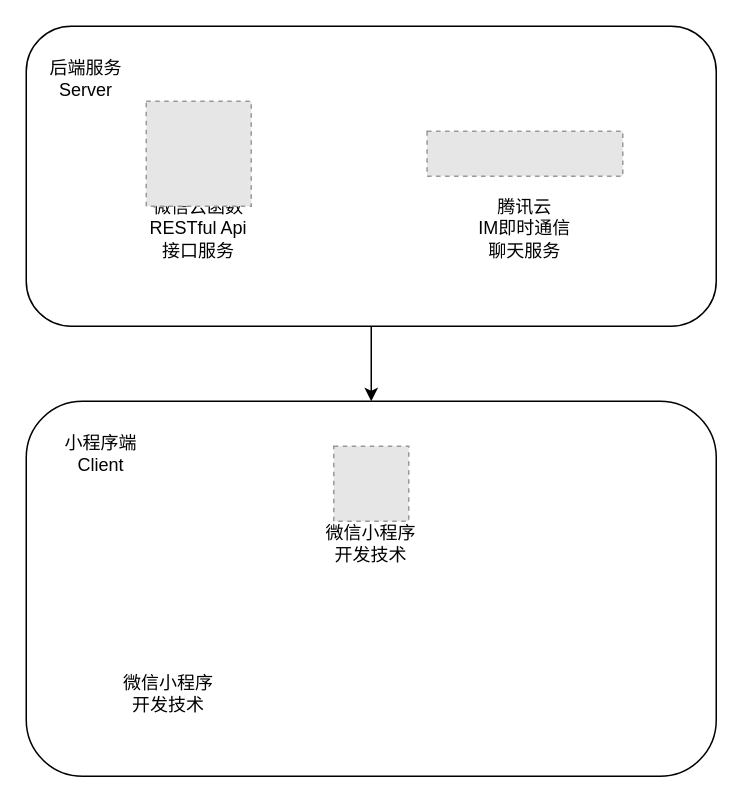
Earlier version of the draw.io diagram zongti.drawio (Ekko306/diagrams.net). Source tidied: cells renumbered, new cells numbered last; positions are measured from the earlier drawing's top-left corner, leaving out a move shared by most shapes. Both pictures are drawn from the tidied source at 150%, with x=0, y=0 at pixel (26, 26). Pictures stored in the file or linked from it are replaced by grey dashed boxes.
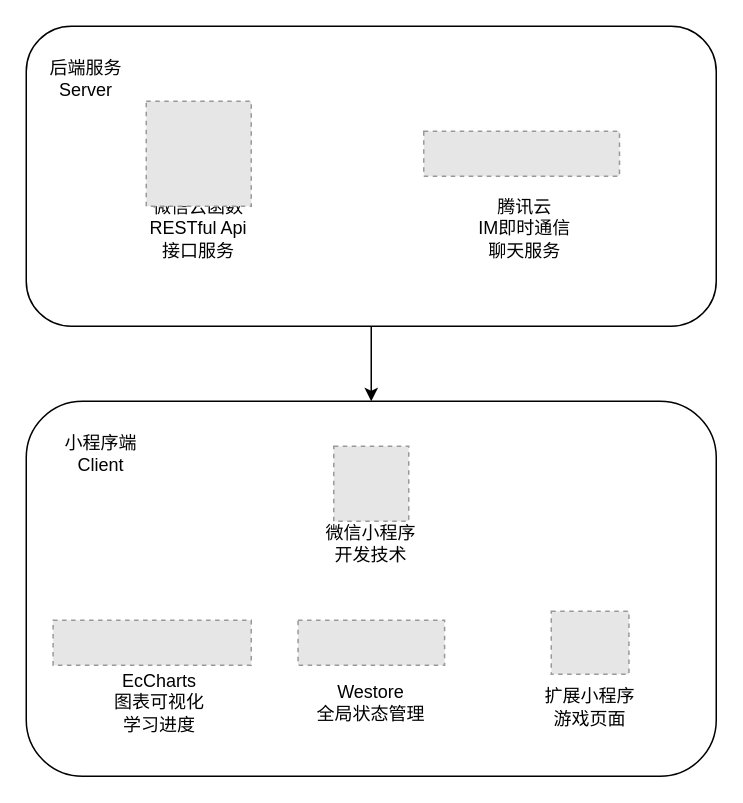
The same diagram, later.

The edit, as a diff of the source:
```diff
@@
 <mxGraphModel>
   <root>
     <mxCell id="0" />
     <mxCell id="1" parent="0" />
     <mxCell id="2" style="edgeStyle=orthogonalEdgeStyle;rounded=0;jettySize=auto;html=1;entryX=0.5;entryY=0;entryDx=0;entryDy=0;" parent="1" edge="1" source="3" target="9">
       <mxGeometry relative="1" as="geometry" />
     </mxCell>
     <mxCell id="3" style="rounded=1;whiteSpace=wrap;html=1;" parent="1" vertex="1">
       <mxGeometry width="460" height="200" as="geometry" />
     </mxCell>
     <mxCell id="4" value="后端服务&lt;br&gt;Server" style="text;html=1;strokeColor=none;fillColor=none;align=center;verticalAlign=middle;whiteSpace=wrap;rounded=0;dashed=1;dashPattern=1 1;" parent="1" vertex="1">
       <mxGeometry x="10" y="20" width="60" height="30" as="geometry" />
     </mxCell>
     <mxCell id="5" value="微信云函数&lt;br&gt;RESTful Api接口服务" style="text;html=1;strokeColor=none;fillColor=none;align=center;verticalAlign=middle;whiteSpace=wrap;rounded=0;dashed=1;dashPattern=1 1;" parent="1" vertex="1">
       <mxGeometry x="80" y="120" width="70" height="30" as="geometry" />
     </mxCell>
     <mxCell id="6" style="fillColor=#E6E6E6;strokeColor=#999999;dashed=1;verticalLabelPosition=bottom;labelBackgroundColor=default;verticalAlign=top;" parent="1" vertex="1">
-      <mxGeometry x="267.2" y="70" width="130.5" height="30" as="geometry" />
+      <mxGeometry x="265" y="70" width="130.5" height="30" as="geometry" />
     </mxCell>
     <mxCell id="7" value="腾讯云&lt;br&gt;IM即时通信&lt;br&gt;聊天服务" style="text;html=1;strokeColor=none;fillColor=none;align=center;verticalAlign=middle;whiteSpace=wrap;rounded=0;" parent="1" vertex="1">
       <mxGeometry x="294" y="120" width="77" height="30" as="geometry" />
     </mxCell>
     <mxCell id="8" style="fillColor=#E6E6E6;strokeColor=#999999;dashed=1;verticalLabelPosition=bottom;labelBackgroundColor=default;verticalAlign=top;" parent="1" vertex="1">
       <mxGeometry x="80" y="50" width="70" height="70" as="geometry" />
     </mxCell>
     <mxCell id="9" style="rounded=1;whiteSpace=wrap;html=1;" parent="1" vertex="1">
       <mxGeometry y="250" width="460" height="250" as="geometry" />
     </mxCell>
     <mxCell id="10" value="小程序端&lt;br&gt;Client" style="text;html=1;strokeColor=none;fillColor=none;align=center;verticalAlign=middle;whiteSpace=wrap;rounded=0;dashed=1;dashPattern=1 1;" parent="1" vertex="1">
       <mxGeometry x="20" y="270" width="60" height="30" as="geometry" />
     </mxCell>
     <mxCell id="11" style="fillColor=#E6E6E6;strokeColor=#999999;dashed=1;verticalLabelPosition=bottom;labelBackgroundColor=default;verticalAlign=top;" parent="1" vertex="1">
       <mxGeometry x="205" y="280" width="50" height="50" as="geometry" />
     </mxCell>
     <mxCell id="12" value="微信小程序开发技术" style="text;html=1;strokeColor=none;fillColor=none;align=center;verticalAlign=middle;whiteSpace=wrap;rounded=0;dashed=1;dashPattern=1 1;" parent="1" vertex="1">
       <mxGeometry x="195" y="330" width="70" height="30" as="geometry" />
     </mxCell>
-    <mxCell id="13" value="微信小程序开发技术" style="text;html=1;strokeColor=none;fillColor=none;align=center;verticalAlign=middle;whiteSpace=wrap;rounded=0;dashed=1;dashPattern=1 1;" parent="1" vertex="1">
-      <mxGeometry x="60" y="430" width="70" height="30" as="geometry" />
+    <mxCell id="13" value="EcCharts&lt;br&gt;图表可视化&lt;br&gt;学习进度" style="text;html=1;strokeColor=none;fillColor=none;align=center;verticalAlign=middle;whiteSpace=wrap;rounded=0;dashed=1;dashPattern=1 1;" parent="1" vertex="1">
+      <mxGeometry x="48.9" y="436" width="80" height="30" as="geometry" />
     </mxCell>
+    <mxCell id="14" style="fillColor=#E6E6E6;strokeColor=#999999;dashed=1;verticalLabelPosition=bottom;labelBackgroundColor=default;verticalAlign=top;" parent="1" vertex="1">
+      <mxGeometry x="17.9" y="396" width="132.1" height="30" as="geometry" />
+    </mxCell>
+    <mxCell id="15" style="fillColor=#E6E6E6;strokeColor=#999999;dashed=1;verticalLabelPosition=bottom;labelBackgroundColor=default;verticalAlign=top;" parent="1" vertex="1">
+      <mxGeometry x="181.2" y="396" width="97.7" height="30" as="geometry" />
+    </mxCell>
+    <mxCell id="16" value="Westore&lt;br&gt;全局状态管理" style="text;html=1;strokeColor=none;fillColor=none;align=center;verticalAlign=middle;whiteSpace=wrap;rounded=0;dashed=1;dashPattern=1 1;" parent="1" vertex="1">
+      <mxGeometry x="190" y="436" width="80" height="30" as="geometry" />
+    </mxCell>
+    <mxCell id="17" style="fillColor=#E6E6E6;strokeColor=#999999;dashed=1;verticalLabelPosition=bottom;labelBackgroundColor=default;verticalAlign=top;" parent="1" vertex="1">
+      <mxGeometry x="350" y="390" width="51.8" height="42" as="geometry" />
+    </mxCell>
+    <mxCell id="18" value="&lt;br&gt;扩展小程序&lt;br&gt;游戏页面" style="text;html=1;strokeColor=none;fillColor=none;align=center;verticalAlign=middle;whiteSpace=wrap;rounded=0;dashed=1;dashPattern=1 1;" parent="1" vertex="1">
+      <mxGeometry x="335.9" y="432" width="80" height="30" as="geometry" />
+    </mxCell>
   </root>
 </mxGraphModel>
```
